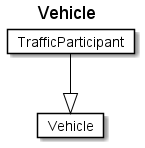
Above: fragments/diagrams/Vehicle.png in rtigran/rdf2adoc (PlantUML), before the change. Source of this version:
```plantuml
@startuml
Title Vehicle

Card Vehicle #fff [
Vehicle
]
Card TrafficParticipant #fff [
TrafficParticipant
]
TrafficParticipant --|> Vehicle  #000
@enduml
```
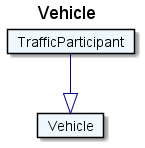
The same diagram one commit later.

Change to the diagram source:
```diff
@@ -1,11 +1,11 @@
 @startuml
 Title Vehicle
 
-Card Vehicle #fff [
+Card Vehicle #F0F8FF [
 Vehicle
 ]
-Card TrafficParticipant #fff [
+Card TrafficParticipant #F0F8FF [
 TrafficParticipant
 ]
-TrafficParticipant --|> Vehicle  #000
+TrafficParticipant --|> Vehicle  #00008B
 @enduml
```
